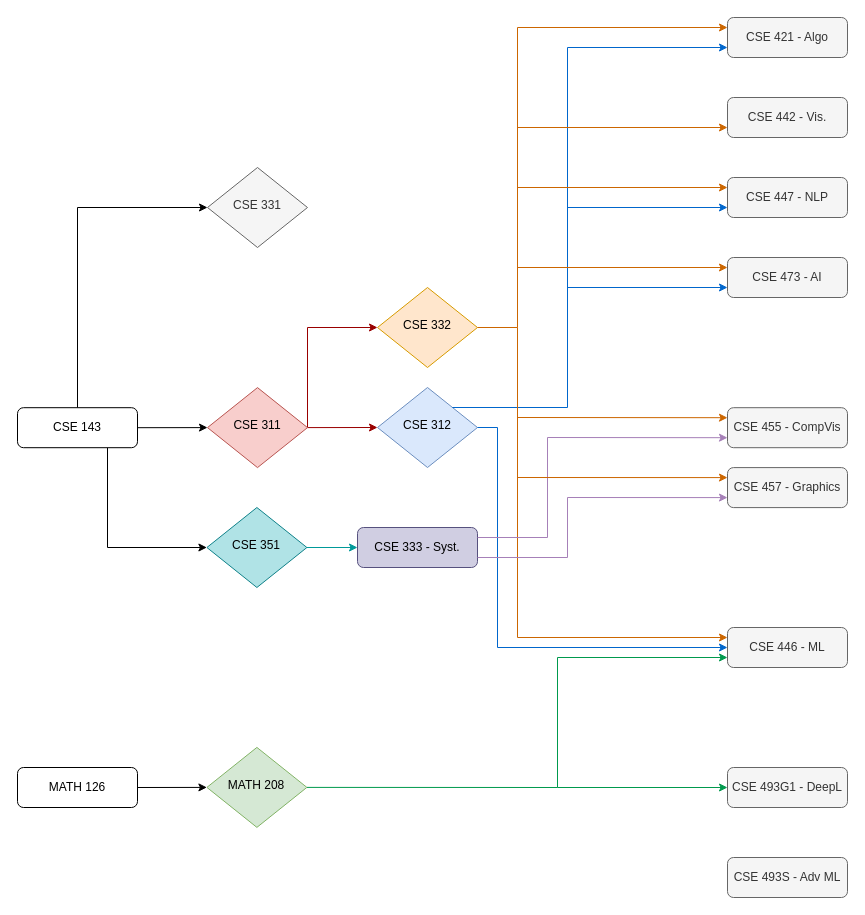
The draw.io diagram some random files/cse_coursemap.drawio in vickycye/vickycye, before the edit. Source tidied: cells renumbered, new cells numbered last; positions are measured from the earlier drawing's top-left corner, leaving out a move shared by most shapes. Both pictures are drawn from the tidied source at 100%, with x=0, y=0 at pixel (17, 17).
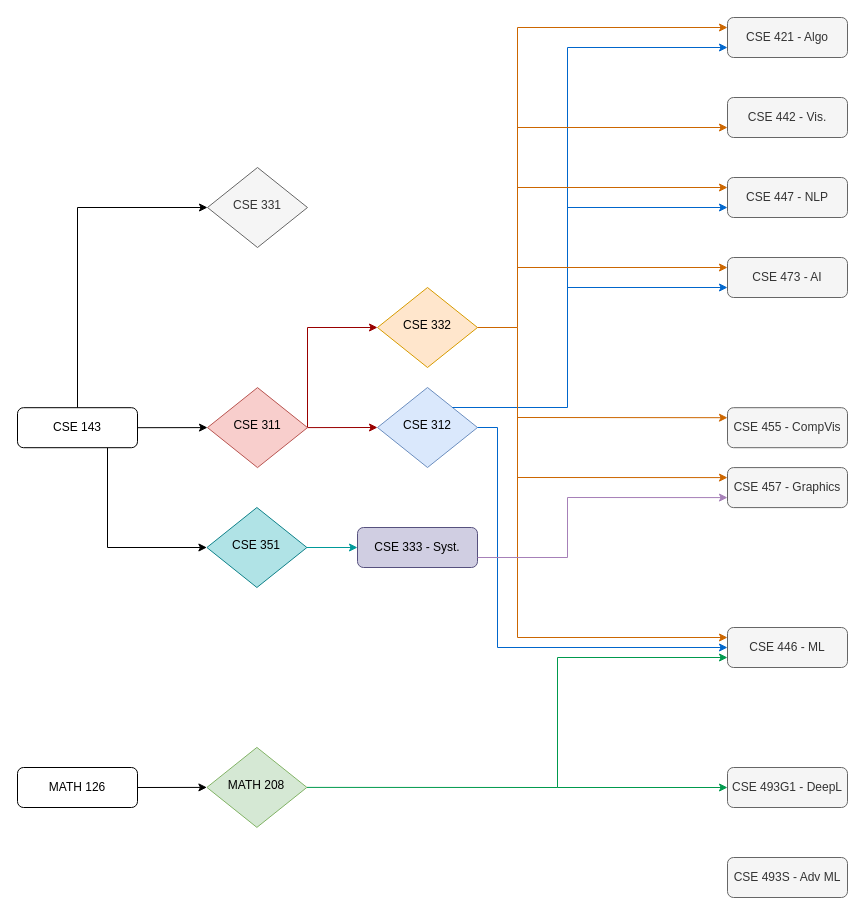
After the change.

Unchanged cells that the change refers to:
```xml
<mxCell id="23" value="CSE 333 - Syst." style="rounded=1;whiteSpace=wrap;html=1;fillColor=#d0cee2;strokeColor=#56517e;" parent="1" vertex="1">
  <mxGeometry x="340" y="510" width="120" height="40" as="geometry" />
</mxCell>
<mxCell id="25" value="CSE 455 - CompVis" style="rounded=1;whiteSpace=wrap;html=1;fillColor=#f5f5f5;fontColor=#333333;strokeColor=#666666;" parent="1" vertex="1">
  <mxGeometry x="710" y="390.2" width="120" height="40" as="geometry" />
</mxCell>
```

Change to the diagram source:
```diff
@@
-    <mxCell id="26" style="endArrow=classic;html=1;rounded=0;exitX=1;exitY=0.25;exitDx=0;exitDy=0;entryX=0;entryY=0.75;entryDx=0;entryDy=0;strokeColor=#A680B8;" parent="1" edge="1" source="23" target="25">
-      <mxGeometry relative="1" as="geometry">
-        <Array as="points">
-          <mxPoint x="530" y="520" />
-          <mxPoint x="530" y="420" />
-        </Array>
-      </mxGeometry>
-    </mxCell>
```
